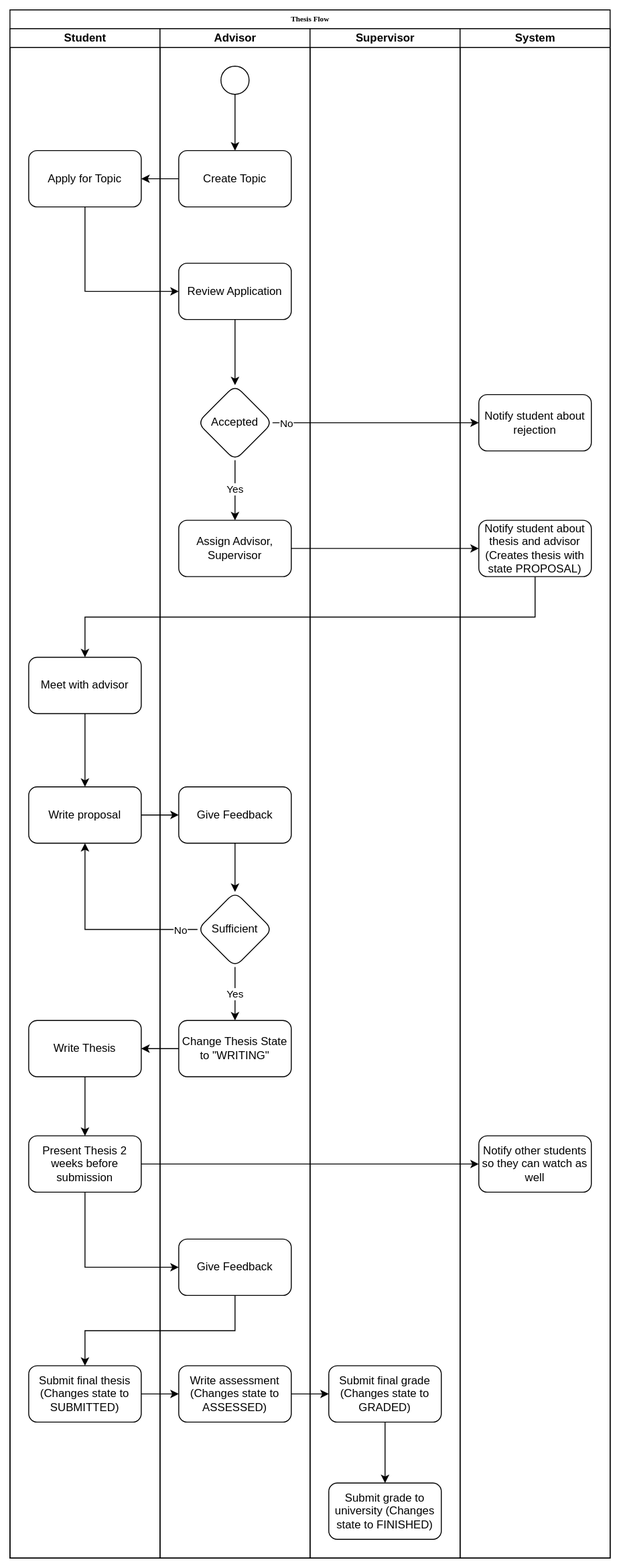
ls1intum/thesis-management keeps this draw.io diagram as client/src/pages/AboutPage/flowchart.svg. Above is the earlier version. Source tidied: cells renumbered, new cells last; positions are measured from the earlier drawing's top-left corner, leaving out a move shared by most shapes. Source of this version:
```xml
<mxGraphModel>
  <root>
    <mxCell id="0" />
    <mxCell id="1" parent="0" />
    <mxCell id="2" value="Thesis Flow" style="swimlane;html=1;startSize=20;rounded=0;shadow=0;labelBackgroundColor=none;strokeWidth=1;fontFamily=Verdana;fontSize=8;align=center;" parent="1" vertex="1">
      <mxGeometry width="640" height="1650" as="geometry" />
    </mxCell>
    <mxCell id="3" value="Student" style="swimlane;html=1;startSize=20;" parent="2" vertex="1">
      <mxGeometry y="20" width="160" height="1630" as="geometry" />
    </mxCell>
    <mxCell id="4" value="Apply for Topic" style="rounded=1;whiteSpace=wrap;html=1;" parent="3" vertex="1">
      <mxGeometry x="20" y="130" width="120" height="60" as="geometry" />
    </mxCell>
    <mxCell id="5" style="edgeStyle=orthogonalEdgeStyle;rounded=0;jettySize=auto;html=1;" parent="3" edge="1" source="6" target="7">
      <mxGeometry relative="1" as="geometry" />
    </mxCell>
    <mxCell id="6" value="Meet with advisor" style="whiteSpace=wrap;html=1;rounded=1;" parent="3" vertex="1">
      <mxGeometry x="20" y="670" width="120" height="60" as="geometry" />
    </mxCell>
    <mxCell id="7" value="Write proposal" style="whiteSpace=wrap;html=1;rounded=1;" parent="3" vertex="1">
      <mxGeometry x="20" y="808" width="120" height="60" as="geometry" />
    </mxCell>
    <mxCell id="8" style="edgeStyle=orthogonalEdgeStyle;rounded=0;jettySize=auto;html=1;" parent="3" edge="1" source="9" target="10">
      <mxGeometry relative="1" as="geometry" />
    </mxCell>
    <mxCell id="9" value="Write Thesis" style="whiteSpace=wrap;html=1;rounded=1;" parent="3" vertex="1">
      <mxGeometry x="20" y="1057" width="120" height="60" as="geometry" />
    </mxCell>
    <mxCell id="10" value="Present Thesis 2 weeks before submission" style="whiteSpace=wrap;html=1;rounded=1;" parent="3" vertex="1">
      <mxGeometry x="20" y="1180" width="120" height="60" as="geometry" />
    </mxCell>
    <mxCell id="11" value="Submit final thesis (Changes state to SUBMITTED)" style="whiteSpace=wrap;html=1;rounded=1;" parent="3" vertex="1">
      <mxGeometry x="20" y="1425" width="120" height="60" as="geometry" />
    </mxCell>
    <mxCell id="12" value="Advisor" style="swimlane;html=1;startSize=20;" parent="2" vertex="1">
      <mxGeometry x="160" y="20" width="160" height="1630" as="geometry" />
    </mxCell>
    <mxCell id="13" style="edgeStyle=orthogonalEdgeStyle;rounded=0;jettySize=auto;html=1;exitX=0.5;exitY=1;exitDx=0;exitDy=0;entryX=0.5;entryY=0;entryDx=0;entryDy=0;" parent="12" edge="1" source="14" target="15">
      <mxGeometry relative="1" as="geometry" />
    </mxCell>
    <mxCell id="14" style="ellipse;whiteSpace=wrap;html=1;rounded=0;shadow=0;labelBackgroundColor=none;strokeWidth=1;fontFamily=Verdana;fontSize=8;align=center;" parent="12" vertex="1">
      <mxGeometry x="65" y="40" width="30" height="30" as="geometry" />
    </mxCell>
    <mxCell id="15" value="Create Topic" style="rounded=1;whiteSpace=wrap;html=1;" parent="12" vertex="1">
      <mxGeometry x="20" y="130" width="120" height="60" as="geometry" />
    </mxCell>
    <mxCell id="16" style="edgeStyle=orthogonalEdgeStyle;rounded=0;jettySize=auto;html=1;" parent="12" edge="1" source="17" target="19">
      <mxGeometry relative="1" as="geometry" />
    </mxCell>
    <mxCell id="17" value="Review Application" style="rounded=1;whiteSpace=wrap;html=1;" parent="12" vertex="1">
      <mxGeometry x="20" y="250" width="120" height="60" as="geometry" />
    </mxCell>
    <mxCell id="18" value="Yes" style="edgeStyle=orthogonalEdgeStyle;rounded=0;jettySize=auto;html=1;" parent="12" edge="1" source="19" target="20">
      <mxGeometry relative="1" as="geometry" />
    </mxCell>
    <mxCell id="19" value="Accepted" style="rhombus;whiteSpace=wrap;html=1;rounded=1;" parent="12" vertex="1">
      <mxGeometry x="40" y="380" width="80" height="80" as="geometry" />
    </mxCell>
    <mxCell id="20" value="Assign Advisor, Supervisor" style="whiteSpace=wrap;html=1;rounded=1;" parent="12" vertex="1">
      <mxGeometry x="20" y="524" width="120" height="60" as="geometry" />
    </mxCell>
    <mxCell id="21" style="edgeStyle=orthogonalEdgeStyle;rounded=0;jettySize=auto;html=1;" parent="12" edge="1" source="22" target="24">
      <mxGeometry relative="1" as="geometry" />
    </mxCell>
    <mxCell id="22" value="Give Feedback" style="whiteSpace=wrap;html=1;rounded=1;" parent="12" vertex="1">
      <mxGeometry x="20" y="808" width="120" height="60" as="geometry" />
    </mxCell>
    <mxCell id="23" value="Yes" style="edgeStyle=orthogonalEdgeStyle;rounded=0;jettySize=auto;html=1;" parent="12" edge="1" source="24" target="25">
      <mxGeometry relative="1" as="geometry" />
    </mxCell>
    <mxCell id="24" value="Sufficient" style="rhombus;whiteSpace=wrap;html=1;rounded=1;" parent="12" vertex="1">
      <mxGeometry x="40" y="920" width="80" height="80" as="geometry" />
    </mxCell>
    <mxCell id="25" value="Change Thesis State to &quot;WRITING&quot;" style="whiteSpace=wrap;html=1;rounded=1;" parent="12" vertex="1">
      <mxGeometry x="20" y="1057" width="120" height="60" as="geometry" />
    </mxCell>
    <mxCell id="26" value="Give Feedback" style="whiteSpace=wrap;html=1;rounded=1;" parent="12" vertex="1">
      <mxGeometry x="20" y="1290" width="120" height="60" as="geometry" />
    </mxCell>
    <mxCell id="27" value="Write assessment (Changes state to ASSESSED)" style="whiteSpace=wrap;html=1;rounded=1;" parent="12" vertex="1">
      <mxGeometry x="20" y="1425" width="120" height="60" as="geometry" />
    </mxCell>
    <mxCell id="28" value="Supervisor" style="swimlane;html=1;startSize=20;" parent="2" vertex="1">
      <mxGeometry x="320" y="20" width="160" height="1630" as="geometry" />
    </mxCell>
    <mxCell id="29" style="edgeStyle=orthogonalEdgeStyle;rounded=0;jettySize=auto;html=1;" parent="28" edge="1" source="30" target="31">
      <mxGeometry relative="1" as="geometry" />
    </mxCell>
    <mxCell id="30" value="Submit final grade&lt;div&gt;(Changes state to GRADED)&lt;/div&gt;" style="whiteSpace=wrap;html=1;rounded=1;" parent="28" vertex="1">
      <mxGeometry x="20" y="1425" width="120" height="60" as="geometry" />
    </mxCell>
    <mxCell id="31" value="Submit grade to university (Changes state to FINISHED)" style="whiteSpace=wrap;html=1;rounded=1;" parent="28" vertex="1">
      <mxGeometry x="20" y="1550" width="120" height="60" as="geometry" />
    </mxCell>
    <mxCell id="32" value="System" style="swimlane;html=1;startSize=20;" parent="2" vertex="1">
      <mxGeometry x="480" y="20" width="160" height="1630" as="geometry" />
    </mxCell>
    <mxCell id="33" value="Notify student about rejection" style="whiteSpace=wrap;html=1;rounded=1;" parent="32" vertex="1">
      <mxGeometry x="20" y="390" width="120" height="60" as="geometry" />
    </mxCell>
    <mxCell id="34" value="Notify student about thesis and advisor (Creates thesis with state PROPOSAL)" style="whiteSpace=wrap;html=1;rounded=1;" parent="32" vertex="1">
      <mxGeometry x="20" y="524" width="120" height="60" as="geometry" />
    </mxCell>
    <mxCell id="35" value="Notify other students so they can watch as well" style="whiteSpace=wrap;html=1;rounded=1;" parent="32" vertex="1">
      <mxGeometry x="20" y="1180" width="120" height="60" as="geometry" />
    </mxCell>
    <mxCell id="36" style="edgeStyle=orthogonalEdgeStyle;rounded=0;jettySize=auto;html=1;" parent="2" edge="1" source="15" target="4">
      <mxGeometry relative="1" as="geometry" />
    </mxCell>
    <mxCell id="37" style="edgeStyle=orthogonalEdgeStyle;rounded=0;jettySize=auto;html=1;exitX=0.5;exitY=1;exitDx=0;exitDy=0;entryX=0;entryY=0.5;entryDx=0;entryDy=0;" parent="2" edge="1" source="4" target="17">
      <mxGeometry relative="1" as="geometry" />
    </mxCell>
    <mxCell id="38" style="edgeStyle=orthogonalEdgeStyle;rounded=0;jettySize=auto;html=1;" parent="2" edge="1" source="19" target="33">
      <mxGeometry relative="1" as="geometry" />
    </mxCell>
    <mxCell id="39" value="No" style="edgeLabel;html=1;align=center;verticalAlign=middle;" parent="38" vertex="1">
      <mxGeometry x="-0.83" relative="1" as="geometry">
        <mxPoint x="-4" as="offset" />
      </mxGeometry>
    </mxCell>
    <mxCell id="40" style="edgeStyle=orthogonalEdgeStyle;rounded=0;jettySize=auto;html=1;" parent="2" edge="1" source="20" target="34">
      <mxGeometry relative="1" as="geometry" />
    </mxCell>
    <mxCell id="41" style="edgeStyle=orthogonalEdgeStyle;rounded=0;jettySize=auto;html=1;exitX=0.5;exitY=1;exitDx=0;exitDy=0;entryX=0.5;entryY=0;entryDx=0;entryDy=0;" parent="2" edge="1" source="34" target="6">
      <mxGeometry relative="1" as="geometry" />
    </mxCell>
    <mxCell id="42" style="edgeStyle=orthogonalEdgeStyle;rounded=0;jettySize=auto;html=1;" parent="2" edge="1" source="7" target="22">
      <mxGeometry relative="1" as="geometry" />
    </mxCell>
    <mxCell id="43" style="edgeStyle=orthogonalEdgeStyle;rounded=0;jettySize=auto;html=1;exitX=0;exitY=0.5;exitDx=0;exitDy=0;entryX=0.5;entryY=1;entryDx=0;entryDy=0;" parent="2" edge="1" source="24" target="7">
      <mxGeometry relative="1" as="geometry" />
    </mxCell>
    <mxCell id="44" value="No" style="edgeLabel;html=1;align=center;verticalAlign=middle;" parent="43" vertex="1">
      <mxGeometry x="-0.83" relative="1" as="geometry">
        <mxPoint x="-1" as="offset" />
      </mxGeometry>
    </mxCell>
    <mxCell id="45" style="edgeStyle=orthogonalEdgeStyle;rounded=0;jettySize=auto;html=1;" parent="2" edge="1" source="25" target="9">
      <mxGeometry relative="1" as="geometry" />
    </mxCell>
    <mxCell id="46" style="edgeStyle=orthogonalEdgeStyle;rounded=0;jettySize=auto;html=1;" parent="2" edge="1" source="10" target="35">
      <mxGeometry relative="1" as="geometry" />
    </mxCell>
    <mxCell id="47" style="edgeStyle=orthogonalEdgeStyle;rounded=0;jettySize=auto;html=1;exitX=0.5;exitY=1;exitDx=0;exitDy=0;entryX=0;entryY=0.5;entryDx=0;entryDy=0;" parent="2" edge="1" source="10" target="26">
      <mxGeometry relative="1" as="geometry" />
    </mxCell>
    <mxCell id="48" style="edgeStyle=orthogonalEdgeStyle;rounded=0;jettySize=auto;html=1;exitX=0.5;exitY=1;exitDx=0;exitDy=0;entryX=0.5;entryY=0;entryDx=0;entryDy=0;" parent="2" edge="1" source="26" target="11">
      <mxGeometry relative="1" as="geometry" />
    </mxCell>
    <mxCell id="49" style="edgeStyle=orthogonalEdgeStyle;rounded=0;jettySize=auto;html=1;" parent="2" edge="1" source="11" target="27">
      <mxGeometry relative="1" as="geometry" />
    </mxCell>
    <mxCell id="50" style="edgeStyle=orthogonalEdgeStyle;rounded=0;jettySize=auto;html=1;" parent="2" edge="1" source="27" target="30">
      <mxGeometry relative="1" as="geometry" />
    </mxCell>
  </root>
</mxGraphModel>
```
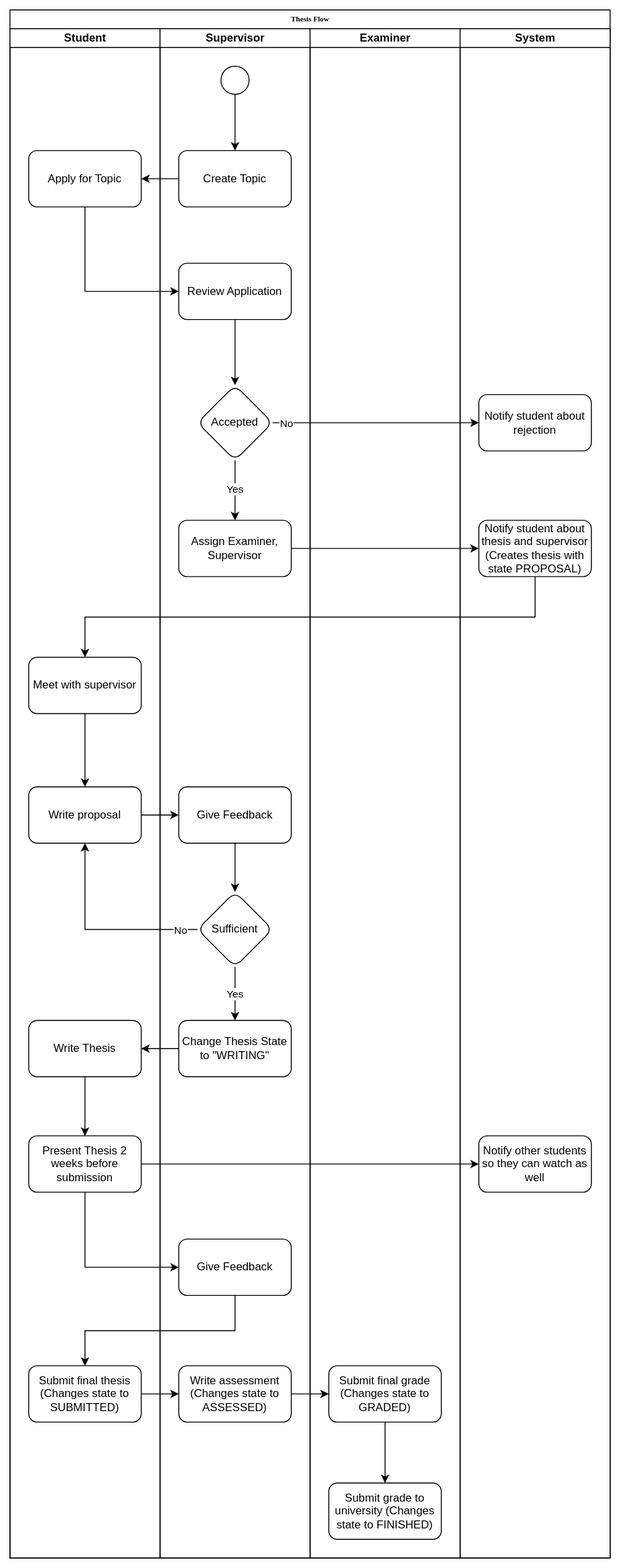
The same file after the commit.

The edit, as a diff of the source:
```diff
@@ -14,7 +14,7 @@
     <mxCell id="5" style="edgeStyle=orthogonalEdgeStyle;rounded=0;jettySize=auto;html=1;" parent="3" edge="1" source="6" target="7">
       <mxGeometry relative="1" as="geometry" />
     </mxCell>
-    <mxCell id="6" value="Meet with advisor" style="whiteSpace=wrap;html=1;rounded=1;" parent="3" vertex="1">
+    <mxCell id="6" value="Meet with supervisor" style="whiteSpace=wrap;html=1;rounded=1;" parent="3" vertex="1">
       <mxGeometry x="20" y="670" width="120" height="60" as="geometry" />
     </mxCell>
     <mxCell id="7" value="Write proposal" style="whiteSpace=wrap;html=1;rounded=1;" parent="3" vertex="1">
@@ -32,7 +32,7 @@
     <mxCell id="11" value="Submit final thesis (Changes state to SUBMITTED)" style="whiteSpace=wrap;html=1;rounded=1;" parent="3" vertex="1">
       <mxGeometry x="20" y="1425" width="120" height="60" as="geometry" />
     </mxCell>
-    <mxCell id="12" value="Advisor" style="swimlane;html=1;startSize=20;" parent="2" vertex="1">
+    <mxCell id="12" value="Supervisor" style="swimlane;html=1;startSize=20;" parent="2" vertex="1">
       <mxGeometry x="160" y="20" width="160" height="1630" as="geometry" />
     </mxCell>
     <mxCell id="13" style="edgeStyle=orthogonalEdgeStyle;rounded=0;jettySize=auto;html=1;exitX=0.5;exitY=1;exitDx=0;exitDy=0;entryX=0.5;entryY=0;entryDx=0;entryDy=0;" parent="12" edge="1" source="14" target="15">
@@ -56,7 +56,7 @@
     <mxCell id="19" value="Accepted" style="rhombus;whiteSpace=wrap;html=1;rounded=1;" parent="12" vertex="1">
       <mxGeometry x="40" y="380" width="80" height="80" as="geometry" />
     </mxCell>
-    <mxCell id="20" value="Assign Advisor, Supervisor" style="whiteSpace=wrap;html=1;rounded=1;" parent="12" vertex="1">
+    <mxCell id="20" value="Assign Examiner, Supervisor" style="whiteSpace=wrap;html=1;rounded=1;" parent="12" vertex="1">
       <mxGeometry x="20" y="524" width="120" height="60" as="geometry" />
     </mxCell>
     <mxCell id="21" style="edgeStyle=orthogonalEdgeStyle;rounded=0;jettySize=auto;html=1;" parent="12" edge="1" source="22" target="24">
@@ -80,7 +80,7 @@
     <mxCell id="27" value="Write assessment (Changes state to ASSESSED)" style="whiteSpace=wrap;html=1;rounded=1;" parent="12" vertex="1">
       <mxGeometry x="20" y="1425" width="120" height="60" as="geometry" />
     </mxCell>
-    <mxCell id="28" value="Supervisor" style="swimlane;html=1;startSize=20;" parent="2" vertex="1">
+    <mxCell id="28" value="Examiner" style="swimlane;html=1;startSize=20;" parent="2" vertex="1">
       <mxGeometry x="320" y="20" width="160" height="1630" as="geometry" />
     </mxCell>
     <mxCell id="29" style="edgeStyle=orthogonalEdgeStyle;rounded=0;jettySize=auto;html=1;" parent="28" edge="1" source="30" target="31">
@@ -98,7 +98,7 @@
     <mxCell id="33" value="Notify student about rejection" style="whiteSpace=wrap;html=1;rounded=1;" parent="32" vertex="1">
       <mxGeometry x="20" y="390" width="120" height="60" as="geometry" />
     </mxCell>
-    <mxCell id="34" value="Notify student about thesis and advisor (Creates thesis with state PROPOSAL)" style="whiteSpace=wrap;html=1;rounded=1;" parent="32" vertex="1">
+    <mxCell id="34" value="Notify student about thesis and supervisor (Creates thesis with state PROPOSAL)" style="whiteSpace=wrap;html=1;rounded=1;" parent="32" vertex="1">
       <mxGeometry x="20" y="524" width="120" height="60" as="geometry" />
     </mxCell>
     <mxCell id="35" value="Notify other students so they can watch as well" style="whiteSpace=wrap;html=1;rounded=1;" parent="32" vertex="1">
```
